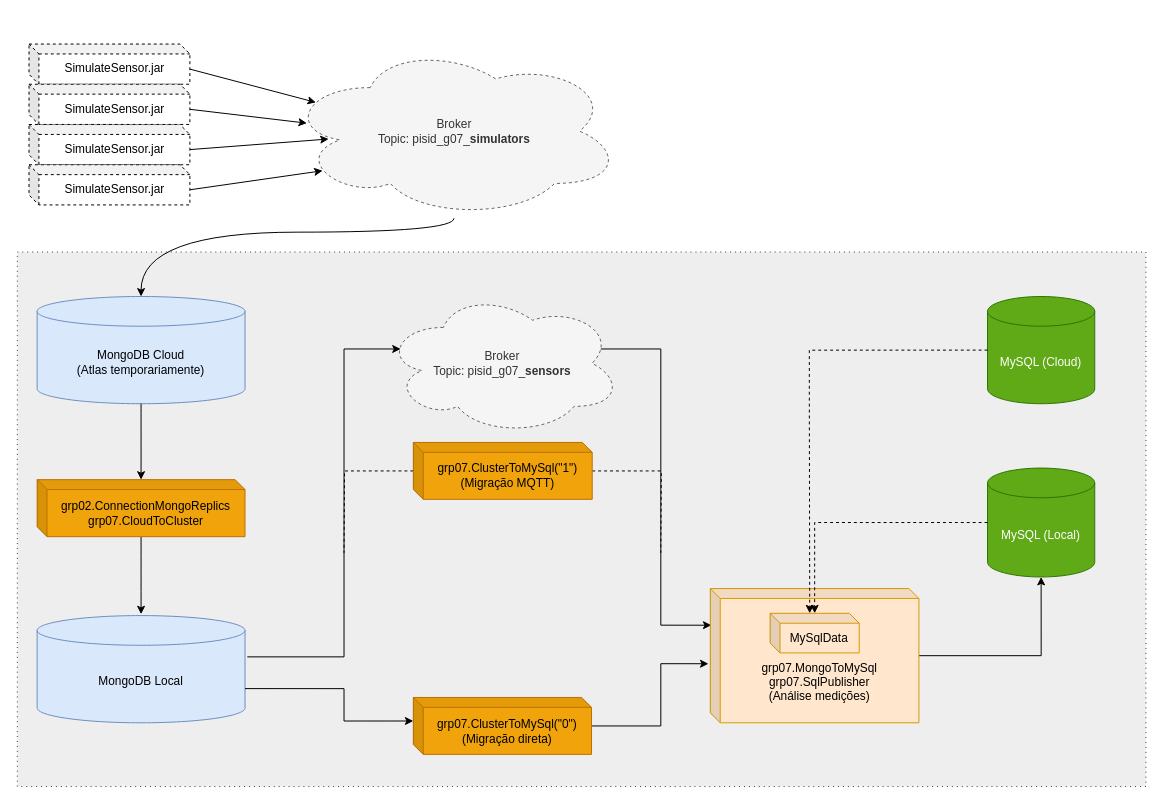
This is java-app/app-scheme.drawio from gui-ant/psid, a draw.io file, before an edit. Source tidied: cells renumbered, new cells numbered last; positions are measured from the earlier drawing's top-left corner, leaving out a move shared by most shapes. Both pictures are drawn from the tidied source at 99%, with x=0, y=0 at pixel (17, 44).
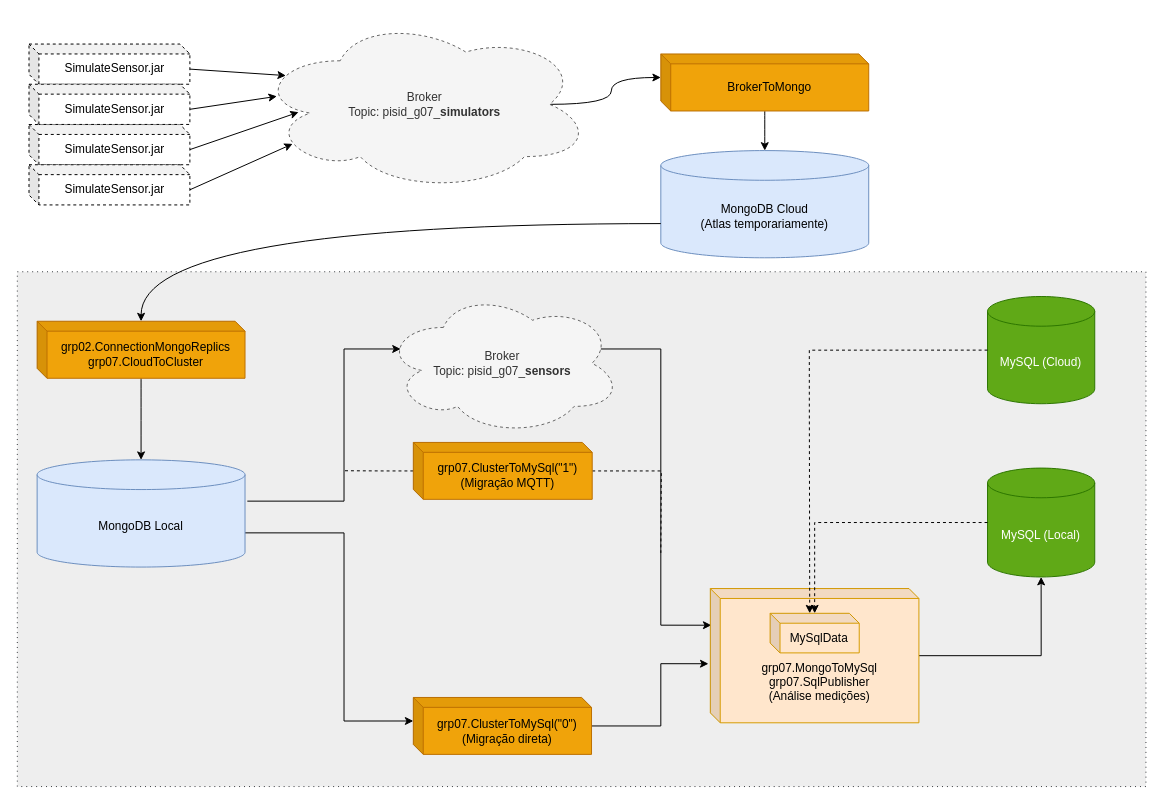
The same diagram, later.

The change refers to these unchanged cells:
```xml
<mxCell id="20" value="grp07.ClusterToMySql(&quot;0&quot;)&lt;br&gt;(Migração direta)" style="shape=cube;whiteSpace=wrap;html=1;boundedLbl=1;backgroundOutline=1;darkOpacity=0.05;darkOpacity2=0.1;size=10;fillColor=#f0a30a;strokeColor=#BD7000;fontColor=#000000;" parent="1" vertex="1">
  <mxGeometry x="400" y="660" width="180" height="57.5" as="geometry" />
</mxCell>
<mxCell id="22" value="Broker&lt;br&gt;Topic: pisid_g07_&lt;b&gt;sensors&lt;/b&gt;" style="ellipse;shape=cloud;whiteSpace=wrap;html=1;dashed=1;fillColor=#f5f5f5;strokeColor=#666666;fontColor=#333333;" parent="1" vertex="1">
  <mxGeometry x="370.4" y="250" width="240" height="145" as="geometry" />
</mxCell>
<mxCell id="25" value="grp07.ClusterToMySql(&quot;1&quot;) &lt;br&gt;(Migração MQTT)" style="shape=cube;whiteSpace=wrap;html=1;boundedLbl=1;backgroundOutline=1;darkOpacity=0.05;darkOpacity2=0.1;size=10;fillColor=#f0a30a;strokeColor=#BD7000;fontColor=#000000;" parent="1" vertex="1">
  <mxGeometry x="400" y="402.4" width="180.7" height="57.5" as="geometry" />
</mxCell>
```

The edit, as a diff of the source:
```diff
@@
     <mxCell id="2" style="rounded=0;whiteSpace=wrap;html=1;dashed=1;dashPattern=1 4;fillColor=#eeeeee;strokeColor=#36393d;" parent="1" vertex="1">
-      <mxGeometry y="210" width="1140" height="540" as="geometry" />
+      <mxGeometry y="230" width="1140" height="520" as="geometry" />
     </mxCell>
+    <mxCell id="35" style="edgeStyle=orthogonalEdgeStyle;rounded=0;jettySize=auto;html=1;exitDx=0;exitDy=0;exitPerimeter=0;entryDx=0;entryDy=23.776435185185186;entryPerimeter=0;curved=1;exitX=0.875;exitY=0.5;entryX=0;entryY=0;" parent="1" edge="1" source="3" target="37">
+      <mxGeometry relative="1" as="geometry">
+        <Array as="points">
+          <mxPoint x="600" y="61" />
+          <mxPoint x="600" y="34" />
+        </Array>
+      </mxGeometry>
+    </mxCell>
     <mxCell id="3" value="Broker&lt;br&gt;Topic: pisid_g07_&lt;b&gt;simulators&lt;/b&gt;" style="ellipse;shape=cloud;whiteSpace=wrap;html=1;dashed=1;fillColor=#f5f5f5;strokeColor=#666666;fontColor=#333333;" parent="1" vertex="1">
-      <mxGeometry x="271.8" width="338.5" height="176" as="geometry" />
+      <mxGeometry x="241.5" y="-27.1" width="338.5" height="176" as="geometry" />
     </mxCell>
@@
-    <mxCell id="12" style="edgeStyle=orthogonalEdgeStyle;rounded=0;jettySize=auto;html=1;curved=1;" parent="1" edge="1" source="3" target="14">
-      <mxGeometry x="20" as="geometry">
-        <Array as="points">
-          <mxPoint x="441" y="190" />
-          <mxPoint x="125" y="190" />
-        </Array>
-      </mxGeometry>
-    </mxCell>
-    <mxCell id="13" style="group;" parent="1" vertex="1">
-      <mxGeometry x="20" y="320" width="210" height="365.6" as="geometry" />
-    </mxCell>
-    <mxCell id="14" value="MongoDB Cloud&lt;br&gt;(Atlas temporariamente)" style="shape=cylinder3;whiteSpace=wrap;html=1;boundedLbl=1;backgroundOutline=1;size=15;fillColor=#dae8fc;strokeColor=#6c8ebf;" parent="13" vertex="1">
-      <mxGeometry y="-65" width="210" height="108.3" as="geometry" />
-    </mxCell>
-    <mxCell id="15" value="MongoDB Local" style="shape=cylinder3;whiteSpace=wrap;html=1;boundedLbl=1;backgroundOutline=1;size=15;fillColor=#dae8fc;strokeColor=#6c8ebf;" parent="13" vertex="1">
-      <mxGeometry y="257.3" width="210" height="108.3" as="geometry" />
-    </mxCell>
-    <mxCell id="16" style="edgeStyle=orthogonalEdgeStyle;curved=1;rounded=0;jettySize=auto;html=1;" parent="13" edge="1" source="17">
-      <mxGeometry relative="1" as="geometry">
-        <mxPoint x="105" y="255.9" as="targetPoint" />
-      </mxGeometry>
-    </mxCell>
-    <mxCell id="17" value="grp02.ConnectionMongoReplics&lt;br&gt;grp07.CloudToCluster" style="shape=cube;whiteSpace=wrap;html=1;boundedLbl=1;backgroundOutline=1;darkOpacity=0.05;darkOpacity2=0.1;size=10;fillColor=#f0a30a;strokeColor=#BD7000;fontColor=#000000;" parent="13" vertex="1">
-      <mxGeometry y="120" width="210" height="57.6" as="geometry" />
-    </mxCell>
-    <mxCell id="18" style="edgeStyle=orthogonalEdgeStyle;curved=1;rounded=0;jettySize=auto;html=1;" parent="13" edge="1" source="14" target="17">
-      <mxGeometry relative="1" as="geometry" />
-    </mxCell>
@@
     <mxCell id="23" style="edgeStyle=orthogonalEdgeStyle;rounded=0;jettySize=auto;html=1;dashed=1;endArrow=none;endFill=0;" parent="1" edge="1" source="25">
       <mxGeometry relative="1" as="geometry">
-        <mxPoint x="330" y="514" as="targetPoint" />
+        <mxPoint x="330" y="431" as="targetPoint" />
+        <Array as="points">
+          <mxPoint x="370" y="431" />
+          <mxPoint x="330" y="431" />
+        </Array>
       </mxGeometry>
     </mxCell>
@@
     <mxCell id="26" style="edgeStyle=orthogonalEdgeStyle;rounded=0;jettySize=auto;html=1;entryX=0;entryY=0;entryDx=0;entryDy=23.775;entryPerimeter=0;exitX=1;exitY=0;exitDx=0;exitDy=73.75;exitPerimeter=0;" parent="1" edge="1" source="15" target="20">
       <mxGeometry relative="1" as="geometry">
         <Array as="points">
-          <mxPoint x="330" y="651" />
+          <mxPoint x="330" y="494" />
           <mxPoint x="330" y="684" />
         </Array>
       </mxGeometry>
     </mxCell>
     <mxCell id="27" style="edgeStyle=orthogonalEdgeStyle;rounded=0;jettySize=auto;html=1;entryX=0.07;entryY=0.4;entryDx=0;entryDy=0;entryPerimeter=0;exitX=1.011;exitY=0.385;exitDx=0;exitDy=0;exitPerimeter=0;" parent="1" edge="1" source="15" target="22">
       <mxGeometry relative="1" as="geometry">
         <Array as="points">
-          <mxPoint x="330" y="619" />
+          <mxPoint x="330" y="462" />
           <mxPoint x="330" y="308" />
         </Array>
       </mxGeometry>
     </mxCell>
@@
+    <mxCell id="36" style="edgeStyle=orthogonalEdgeStyle;rounded=0;jettySize=auto;html=1;curved=1;entryX=0.5;entryY=0;entryDx=0;entryDy=0;entryPerimeter=0;" parent="1" edge="1" source="37" target="14">
+      <mxGeometry relative="1" as="geometry" />
+    </mxCell>
+    <mxCell id="37" value="BrokerToMongo" style="shape=cube;whiteSpace=wrap;html=1;boundedLbl=1;backgroundOutline=1;darkOpacity=0.05;darkOpacity2=0.1;size=10;fillColor=#f0a30a;strokeColor=#BD7000;fontColor=#000000;" parent="1" vertex="1">
+      <mxGeometry x="650" y="10" width="210" height="57.6" as="geometry" />
+    </mxCell>
+    <mxCell id="14" value="MongoDB Cloud&lt;br&gt;(Atlas temporariamente)" style="shape=cylinder3;whiteSpace=wrap;html=1;boundedLbl=1;backgroundOutline=1;size=15;fillColor=#dae8fc;strokeColor=#6c8ebf;" parent="1" vertex="1">
+      <mxGeometry x="650" y="107.6" width="210" height="108.3" as="geometry" />
+    </mxCell>
+    <mxCell id="15" value="MongoDB Local" style="shape=cylinder3;whiteSpace=wrap;html=1;boundedLbl=1;backgroundOutline=1;size=15;fillColor=#dae8fc;strokeColor=#6c8ebf;" parent="1" vertex="1">
+      <mxGeometry x="20" y="420" width="210" height="108.3" as="geometry" />
+    </mxCell>
+    <mxCell id="16" style="edgeStyle=orthogonalEdgeStyle;curved=1;rounded=0;jettySize=auto;html=1;entryX=0.5;entryY=0;entryDx=0;entryDy=0;entryPerimeter=0;" parent="1" edge="1" source="17" target="15">
+      <mxGeometry x="40" y="370" as="geometry" />
+    </mxCell>
+    <mxCell id="17" value="grp02.ConnectionMongoReplics&lt;br&gt;grp07.CloudToCluster" style="shape=cube;whiteSpace=wrap;html=1;boundedLbl=1;backgroundOutline=1;darkOpacity=0.05;darkOpacity2=0.1;size=10;fillColor=#f0a30a;strokeColor=#BD7000;fontColor=#000000;" parent="1" vertex="1">
+      <mxGeometry x="20" y="280" width="210" height="57.6" as="geometry" />
+    </mxCell>
+    <mxCell id="18" style="edgeStyle=orthogonalEdgeStyle;curved=1;rounded=0;jettySize=auto;html=1;exitX=0;exitY=0;exitDx=0;exitDy=73.75111111111111;exitPerimeter=0;" parent="1" edge="1" source="14" target="17">
+      <mxGeometry as="geometry" />
+    </mxCell>
```
